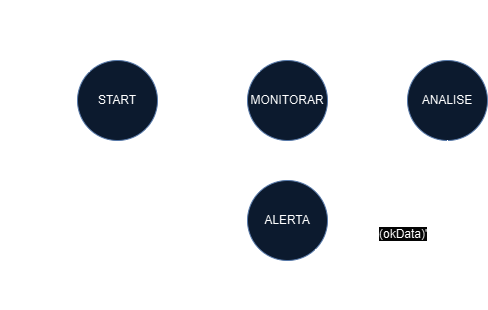
This is images/ME-Bicicleta.png from JeanMagnus/bicicletario-universitario, a draw.io export, as it was before one commit. Source tidied: cells renumbered, new cells last; positions are measured from the earlier drawing's top-left corner, leaving out a move shared by most shapes. Its diagram source:
```xml
<mxGraphModel>
  <root>
    <mxCell id="0" />
    <mxCell id="1" parent="0" />
    <mxCell id="2" style="edgeStyle=orthogonalEdgeStyle;rounded=0;jettySize=auto;html=1;exitX=0;exitY=0.5;exitDx=0;exitDy=0;entryX=0;entryY=0.5;entryDx=0;entryDy=0;" parent="1" edge="1" target="4">
      <mxGeometry relative="1" as="geometry">
        <mxPoint y="100" as="sourcePoint" />
      </mxGeometry>
    </mxCell>
    <mxCell id="3" style="edgeStyle=orthogonalEdgeStyle;rounded=0;jettySize=auto;html=1;exitX=1;exitY=0.5;exitDx=0;exitDy=0;entryX=0;entryY=0.5;entryDx=0;entryDy=0;" parent="1" edge="1" source="4" target="9">
      <mxGeometry relative="1" as="geometry">
        <Array as="points">
          <mxPoint x="200" y="100" />
          <mxPoint x="200" y="100" />
        </Array>
      </mxGeometry>
    </mxCell>
    <mxCell id="4" value="START" style="ellipse;whiteSpace=wrap;html=1;fillColor=#dae8fc;strokeColor=#6c8ebf;" parent="1" vertex="1">
      <mxGeometry x="70" y="60" width="80" height="80" as="geometry" />
    </mxCell>
    <mxCell id="5" style="edgeStyle=orthogonalEdgeStyle;rounded=0;orthogonalLoop=1;jettySize=auto;html=1;exitX=0;exitY=0;exitDx=0;exitDy=0;entryX=0.5;entryY=0;entryDx=0;entryDy=0;curved=1;" parent="1" edge="1" source="4" target="4">
      <mxGeometry relative="1" as="geometry">
        <Array as="points">
          <mxPoint x="82" y="20" />
          <mxPoint x="110" y="20" />
        </Array>
      </mxGeometry>
    </mxCell>
    <mxCell id="6" value="(bikeOn)'" style="text;html=1;align=center;verticalAlign=middle;strokeColor=none;fillColor=none;" parent="1" vertex="1">
      <mxGeometry x="60" width="70" height="30" as="geometry" />
    </mxCell>
    <mxCell id="7" style="edgeStyle=orthogonalEdgeStyle;rounded=0;jettySize=auto;html=1;exitX=1;exitY=0.5;exitDx=0;exitDy=0;entryX=0;entryY=0.5;entryDx=0;entryDy=0;" parent="1" edge="1" source="9" target="14">
      <mxGeometry relative="1" as="geometry" />
    </mxCell>
    <mxCell id="8" style="edgeStyle=orthogonalEdgeStyle;curved=1;rounded=0;jettySize=auto;html=1;exitX=0;exitY=0.5;exitDx=0;exitDy=0;entryX=1;entryY=1;entryDx=0;entryDy=0;" parent="1" edge="1" source="9" target="4">
      <mxGeometry relative="1" as="geometry">
        <Array as="points">
          <mxPoint x="240" y="128" />
          <mxPoint x="195" y="128" />
        </Array>
      </mxGeometry>
    </mxCell>
    <mxCell id="9" value="MONITORAR" style="ellipse;whiteSpace=wrap;html=1;fillColor=#dae8fc;strokeColor=#6c8ebf;" parent="1" vertex="1">
      <mxGeometry x="240" y="60" width="80" height="80" as="geometry" />
    </mxCell>
    <mxCell id="10" value="bikeOn" style="text;html=1;align=center;verticalAlign=middle;strokeColor=none;fillColor=none;" parent="1" vertex="1">
      <mxGeometry x="160" y="70" width="60" height="30" as="geometry" />
    </mxCell>
    <mxCell id="11" style="edgeStyle=orthogonalEdgeStyle;rounded=0;orthogonalLoop=1;jettySize=auto;html=1;exitX=0;exitY=0;exitDx=0;exitDy=0;entryX=0.5;entryY=0;entryDx=0;entryDy=0;curved=1;" parent="1" edge="1" source="9" target="9">
      <mxGeometry relative="1" as="geometry">
        <Array as="points">
          <mxPoint x="252" y="30" />
          <mxPoint x="280" y="30" />
        </Array>
      </mxGeometry>
    </mxCell>
    <mxCell id="12" value="(newData)'" style="text;html=1;align=center;verticalAlign=middle;strokeColor=none;fillColor=none;" parent="1" vertex="1">
      <mxGeometry x="230" y="8" width="80" height="30" as="geometry" />
    </mxCell>
    <mxCell id="13" style="edgeStyle=orthogonalEdgeStyle;curved=1;rounded=0;jettySize=auto;html=1;exitX=0;exitY=1;exitDx=0;exitDy=0;entryX=1;entryY=1;entryDx=0;entryDy=0;" parent="1" edge="1" source="14" target="9">
      <mxGeometry relative="1" as="geometry">
        <Array as="points">
          <mxPoint x="412" y="150" />
          <mxPoint x="308" y="150" />
        </Array>
      </mxGeometry>
    </mxCell>
    <mxCell id="14" value="ANALISE" style="ellipse;whiteSpace=wrap;html=1;fillColor=#dae8fc;strokeColor=#6c8ebf;" parent="1" vertex="1">
      <mxGeometry x="400" y="60" width="80" height="80" as="geometry" />
    </mxCell>
    <mxCell id="15" value="newData" style="text;html=1;align=center;verticalAlign=middle;strokeColor=none;fillColor=none;" parent="1" vertex="1">
      <mxGeometry x="320" y="70" width="70" height="30" as="geometry" />
    </mxCell>
    <mxCell id="16" value="okData" style="text;html=1;align=center;verticalAlign=middle;strokeColor=none;fillColor=none;" parent="1" vertex="1">
      <mxGeometry x="330" y="150" width="60" height="30" as="geometry" />
    </mxCell>
    <mxCell id="17" style="edgeStyle=orthogonalEdgeStyle;curved=1;rounded=0;jettySize=auto;html=1;exitX=0;exitY=0.5;exitDx=0;exitDy=0;entryX=0;entryY=1;entryDx=0;entryDy=0;" parent="1" edge="1" source="18" target="9">
      <mxGeometry relative="1" as="geometry">
        <Array as="points">
          <mxPoint x="220" y="220" />
          <mxPoint x="220" y="128" />
        </Array>
      </mxGeometry>
    </mxCell>
    <mxCell id="18" value="ALERTA" style="ellipse;whiteSpace=wrap;html=1;fillColor=#dae8fc;strokeColor=#6c8ebf;" parent="1" vertex="1">
      <mxGeometry x="240" y="180" width="80" height="80" as="geometry" />
    </mxCell>
    <mxCell id="19" style="edgeStyle=orthogonalEdgeStyle;curved=1;rounded=0;jettySize=auto;html=1;exitX=0.5;exitY=1;exitDx=0;exitDy=0;entryX=1;entryY=0.625;entryDx=0;entryDy=0;entryPerimeter=0;" parent="1" edge="1" source="14" target="18">
      <mxGeometry relative="1" as="geometry" />
    </mxCell>
    <mxCell id="20" value="&lt;span style=&quot;color: rgb(0, 0, 0); font-family: Helvetica; font-size: 12px; font-style: normal; font-variant-ligatures: normal; font-variant-caps: normal; font-weight: 400; letter-spacing: normal; orphans: 2; text-align: center; text-indent: 0px; text-transform: none; widows: 2; word-spacing: 0px; -webkit-text-stroke-width: 0px; white-space: nowrap; background-color: rgb(251, 251, 251); text-decoration-thickness: initial; text-decoration-style: initial; text-decoration-color: initial; display: inline !important; float: none;&quot;&gt;(okData)'&lt;/span&gt;" style="text;whiteSpace=wrap;html=1;" parent="1" vertex="1">
      <mxGeometry x="370" y="220" width="70" height="40" as="geometry" />
    </mxCell>
    <mxCell id="21" style="edgeStyle=orthogonalEdgeStyle;curved=1;rounded=0;orthogonalLoop=1;jettySize=auto;html=1;exitX=1;exitY=1;exitDx=0;exitDy=0;entryX=0.5;entryY=1;entryDx=0;entryDy=0;" parent="1" edge="1" source="18" target="18">
      <mxGeometry relative="1" as="geometry">
        <Array as="points">
          <mxPoint x="308" y="290" />
          <mxPoint x="280" y="290" />
        </Array>
      </mxGeometry>
    </mxCell>
    <mxCell id="22" value="(solved)'" style="text;html=1;align=center;verticalAlign=middle;strokeColor=none;fillColor=none;" parent="1" vertex="1">
      <mxGeometry x="260" y="280" width="70" height="30" as="geometry" />
    </mxCell>
    <mxCell id="23" value="solved" style="text;html=1;align=center;verticalAlign=middle;strokeColor=none;fillColor=none;" parent="1" vertex="1">
      <mxGeometry x="170" y="170" width="60" height="30" as="geometry" />
    </mxCell>
    <mxCell id="24" value="(bikeOn)'" style="text;html=1;align=center;verticalAlign=middle;strokeColor=none;fillColor=none;" parent="1" vertex="1">
      <mxGeometry x="150" y="120" width="70" height="30" as="geometry" />
    </mxCell>
  </root>
</mxGraphModel>
```
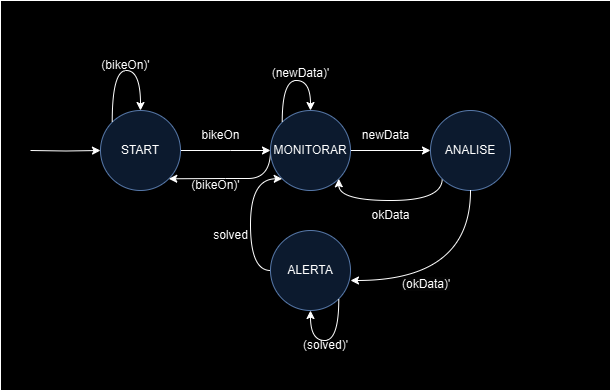
After the change.

The edit, as a diff of the source:
```diff
@@ -2,6 +2,9 @@
   <root>
     <mxCell id="0" />
     <mxCell id="1" parent="0" />
+    <mxCell id="25" style="rounded=0;whiteSpace=wrap;html=1;rotation=0;" parent="1" vertex="1">
+      <mxGeometry x="-30" y="-50" width="610" height="390" as="geometry" />
+    </mxCell>
     <mxCell id="2" style="edgeStyle=orthogonalEdgeStyle;rounded=0;jettySize=auto;html=1;exitX=0;exitY=0.5;exitDx=0;exitDy=0;entryX=0;entryY=0.5;entryDx=0;entryDy=0;" parent="1" edge="1" target="4">
       <mxGeometry relative="1" as="geometry">
         <mxPoint y="100" as="sourcePoint" />
```
